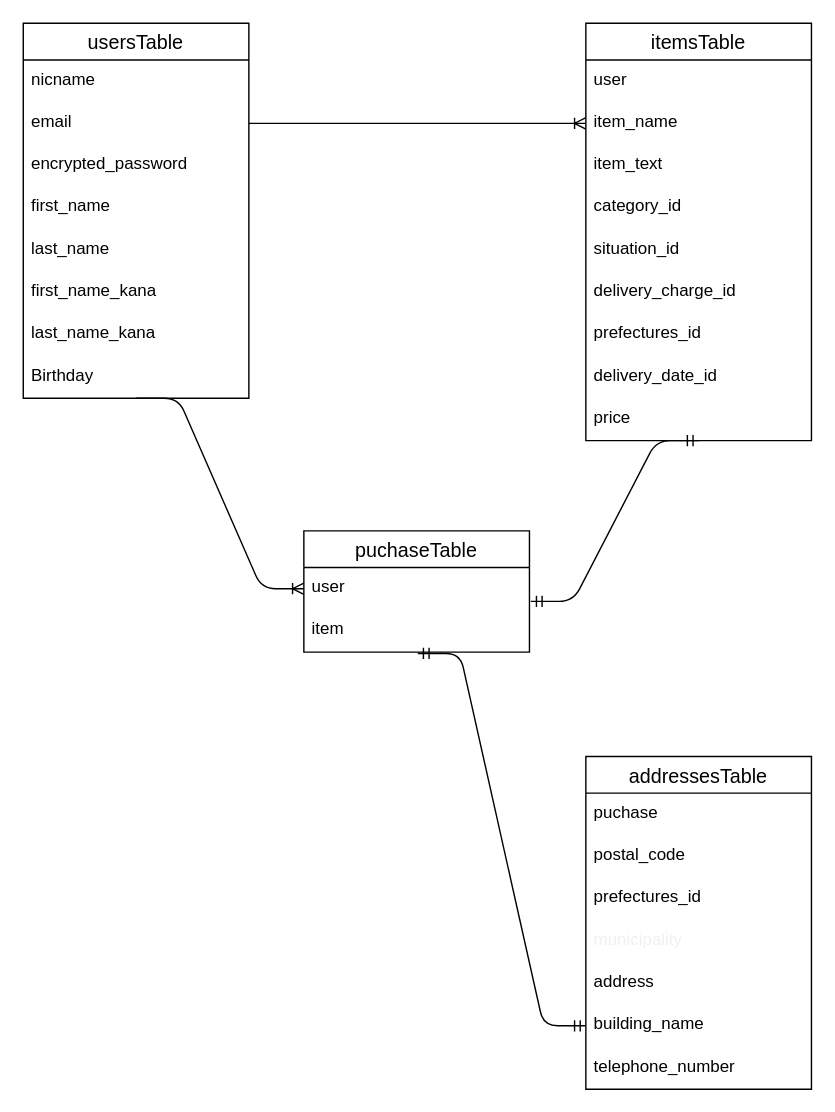
The draw.io diagram er.dio in kuriyama585/furima-37379, before the edit. Source tidied: cells renumbered, new cells numbered last; positions are measured from the earlier drawing's top-left corner, leaving out a move shared by most shapes. Both pictures are drawn from the tidied source at 141%, with x=0, y=0 at pixel (23, 23).
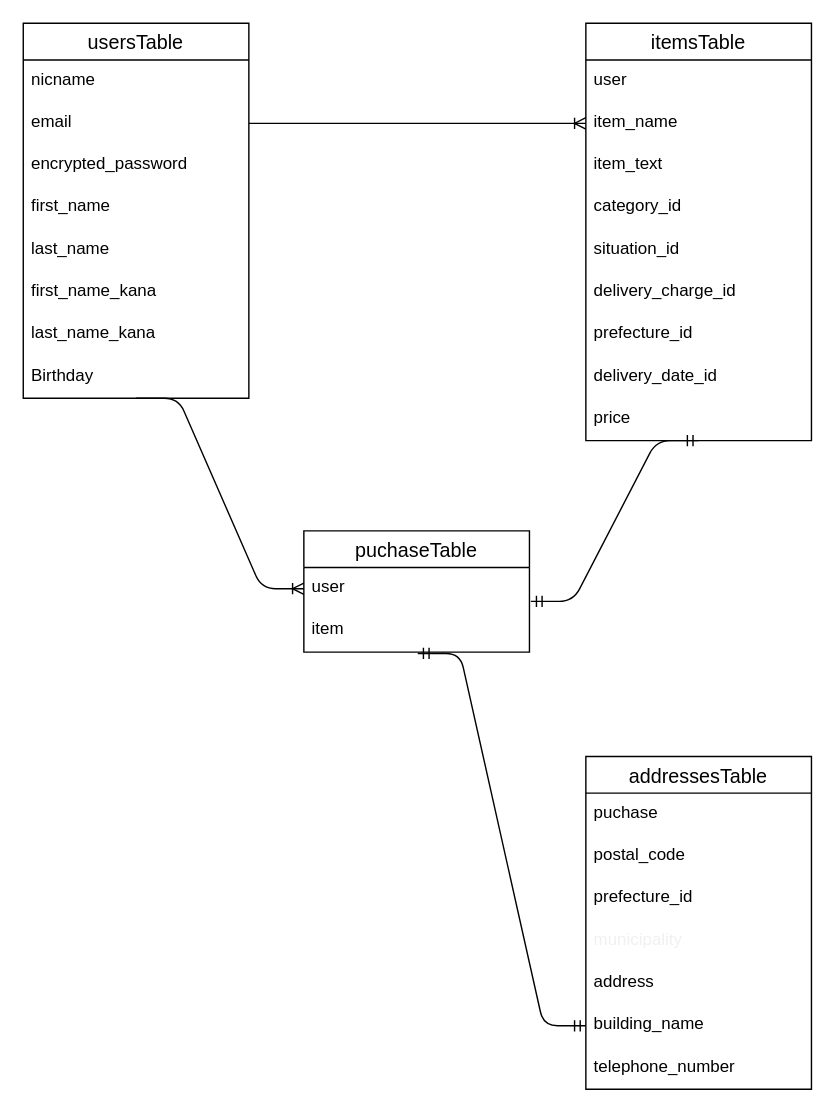
The same page after the edit.

The change refers to these unchanged cells:
```xml
<mxCell id="14" value="itemsTable" style="swimlane;fontStyle=0;horizontal=1;startSize=26;align=center;fontSize=14;" parent="1" vertex="1">
  <mxGeometry x="399" width="160" height="296" as="geometry" />
</mxCell>
<mxCell id="27" value="addressesTable" style="swimlane;fontStyle=0;horizontal=1;startSize=26;align=center;fontSize=14;" parent="1" vertex="1">
  <mxGeometry x="399" y="520" width="160" height="236" as="geometry" />
</mxCell>
```

Change to the diagram source:
```diff
@@
-    <mxCell id="21" value="prefectures_id" style="text;strokeColor=none;fillColor=none;spacingLeft=4;spacingRight=4;overflow=hidden;fontSize=12;" parent="14" vertex="1">
+    <mxCell id="21" value="prefecture_id" style="text;strokeColor=none;fillColor=none;spacingLeft=4;spacingRight=4;overflow=hidden;fontSize=12;" parent="14" vertex="1">
       <mxGeometry y="206" width="160" height="30" as="geometry" />
     </mxCell>
@@
-    <mxCell id="30" value="prefectures_id" style="text;strokeColor=none;fillColor=none;spacingLeft=4;spacingRight=4;overflow=hidden;fontSize=12;" parent="27" vertex="1">
+    <mxCell id="30" value="prefecture_id" style="text;strokeColor=none;fillColor=none;spacingLeft=4;spacingRight=4;overflow=hidden;fontSize=12;" parent="27" vertex="1">
       <mxGeometry y="86" width="160" height="30" as="geometry" />
     </mxCell>
```
